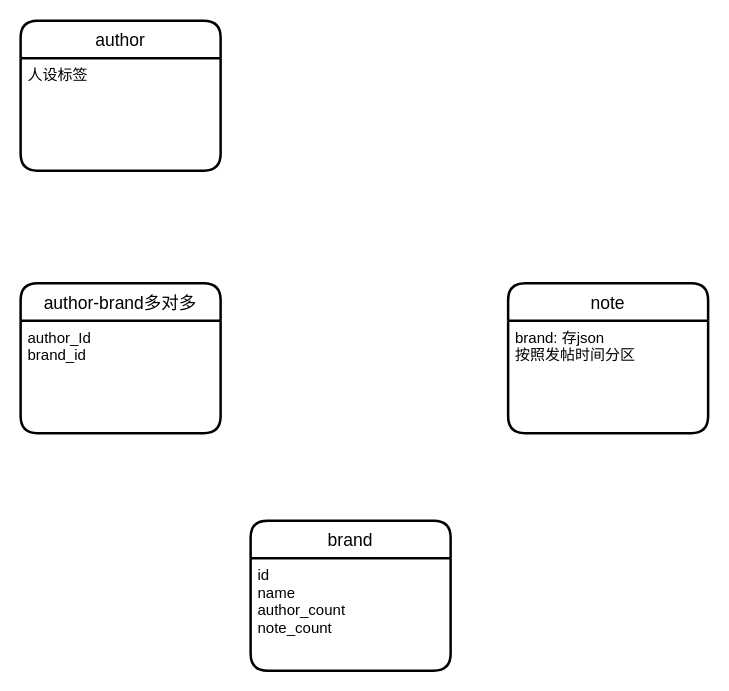
This is Untitled Diagram.drawio from seehar/seehar, a draw.io file, before an edit. Source tidied: cells renumbered, new cells numbered last; positions are measured from the earlier drawing's top-left corner, leaving out a move shared by most shapes. Both pictures are drawn from the tidied source at 125%, with x=0, y=0 at pixel (20, 20).
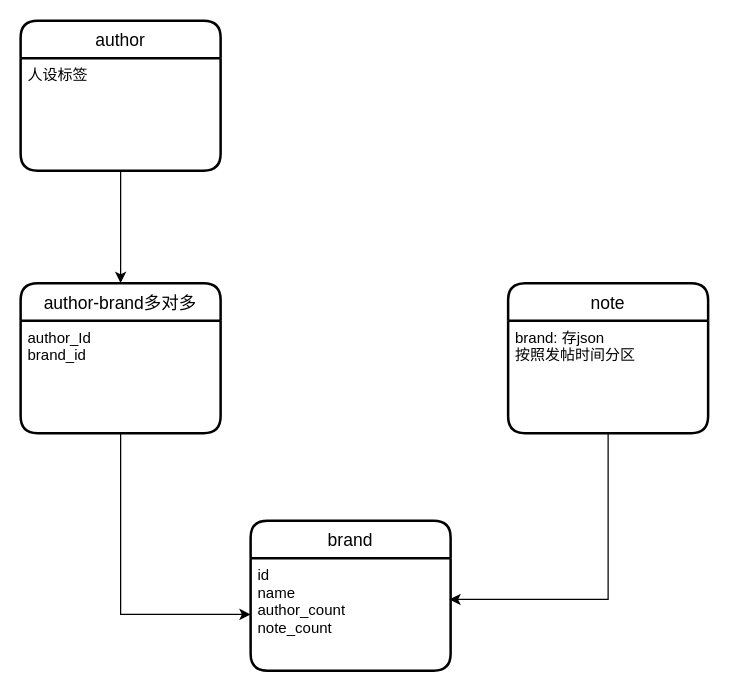
Above is the later version.

The edit, as a diff of the source:
```diff
@@
 <mxGraphModel>
   <root>
     <mxCell id="0" />
     <mxCell id="1" parent="0" />
     <mxCell id="2" value="note" style="swimlane;horizontal=1;startSize=30;rounded=1;fontSize=14;fontStyle=0;strokeWidth=2;shadow=0;dashed=0;align=center;" parent="1" vertex="1">
       <mxGeometry x="390" y="210" width="160" height="120" as="geometry" />
     </mxCell>
     <mxCell id="3" value="brand: 存json&#10;按照发帖时间分区" style="align=left;strokeColor=none;fillColor=none;spacingLeft=4;fontSize=12;verticalAlign=top;" parent="2" vertex="1">
       <mxGeometry y="30" width="160" height="90" as="geometry" />
     </mxCell>
     <mxCell id="4" value="author" style="swimlane;horizontal=1;startSize=30;rounded=1;fontSize=14;fontStyle=0;strokeWidth=2;shadow=0;dashed=0;align=center;" parent="1" vertex="1">
       <mxGeometry width="160" height="120" as="geometry" />
     </mxCell>
     <mxCell id="5" value="人设标签" style="align=left;strokeColor=none;fillColor=none;spacingLeft=4;fontSize=12;verticalAlign=top;" parent="4" vertex="1">
       <mxGeometry y="30" width="160" height="90" as="geometry" />
     </mxCell>
     <mxCell id="6" value="brand" style="swimlane;horizontal=1;startSize=30;rounded=1;fontSize=14;fontStyle=0;strokeWidth=2;shadow=0;dashed=0;align=center;" parent="1" vertex="1">
       <mxGeometry x="184" y="400" width="160" height="120" as="geometry" />
     </mxCell>
     <mxCell id="7" value="id&#10;name&#10;author_count&#10;note_count" style="align=left;strokeColor=none;fillColor=none;spacingLeft=4;fontSize=12;verticalAlign=top;" parent="6" vertex="1">
       <mxGeometry y="30" width="160" height="90" as="geometry" />
     </mxCell>
     <mxCell id="8" value="author-brand多对多" style="swimlane;horizontal=1;startSize=30;rounded=1;fontSize=14;fontStyle=0;strokeWidth=2;shadow=0;dashed=0;align=center;" parent="1" vertex="1">
       <mxGeometry y="210" width="160" height="120" as="geometry" />
     </mxCell>
     <mxCell id="9" value="author_Id&#10;brand_id" style="align=left;strokeColor=none;fillColor=none;spacingLeft=4;fontSize=12;verticalAlign=top;" parent="8" vertex="1">
       <mxGeometry y="30" width="160" height="90" as="geometry" />
     </mxCell>
+    <mxCell id="10" style="edgeStyle=orthogonalEdgeStyle;rounded=0;jettySize=auto;html=1;exitX=0.5;exitY=1;exitDx=0;exitDy=0;entryX=0.5;entryY=0;entryDx=0;entryDy=0;" parent="1" edge="1" source="5" target="8">
+      <mxGeometry relative="1" as="geometry" />
+    </mxCell>
+    <mxCell id="11" style="edgeStyle=orthogonalEdgeStyle;rounded=0;jettySize=auto;html=1;exitX=0.5;exitY=1;exitDx=0;exitDy=0;entryX=0;entryY=0.5;entryDx=0;entryDy=0;" parent="1" edge="1" source="9" target="7">
+      <mxGeometry relative="1" as="geometry" />
+    </mxCell>
+    <mxCell id="12" style="edgeStyle=orthogonalEdgeStyle;rounded=0;jettySize=auto;html=1;exitX=0.5;exitY=1;exitDx=0;exitDy=0;entryX=0.994;entryY=0.367;entryDx=0;entryDy=0;entryPerimeter=0;" parent="1" edge="1" source="3" target="7">
+      <mxGeometry relative="1" as="geometry" />
+    </mxCell>
   </root>
 </mxGraphModel>
```
